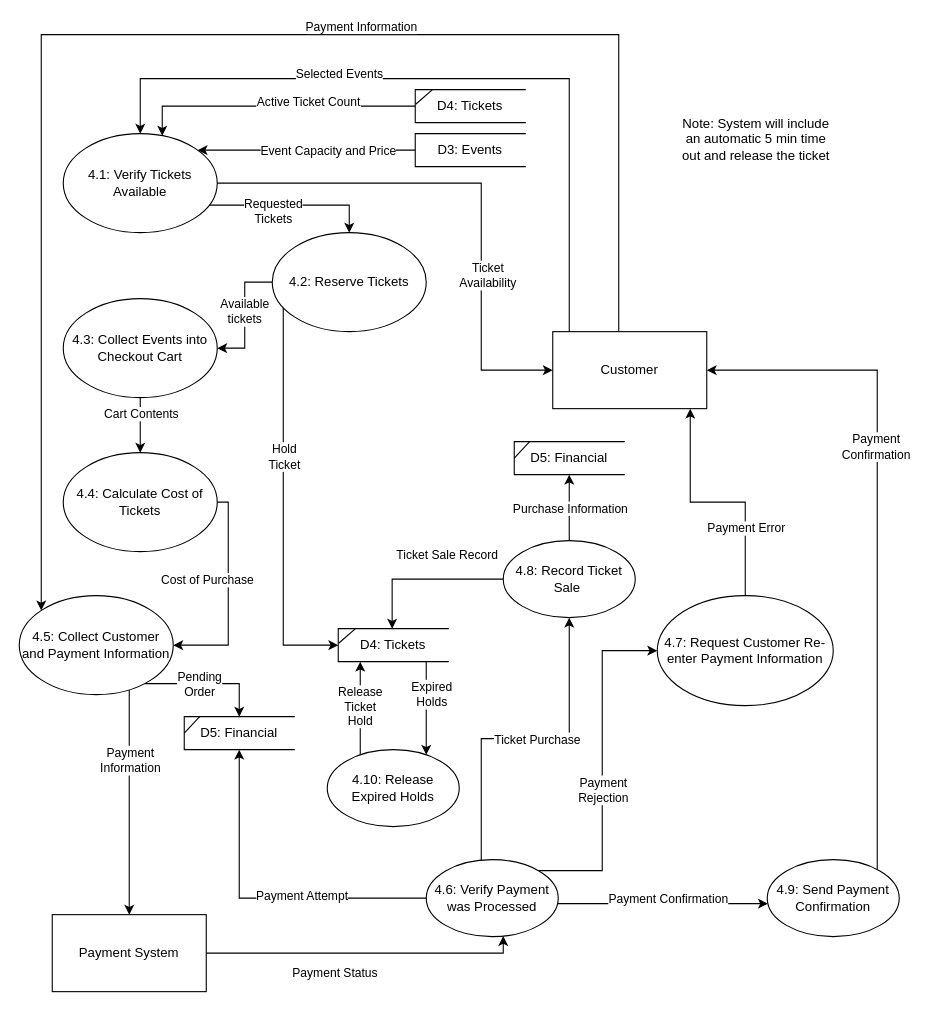
SteveWChang/UMGC-ITEC--630-Ticketing-System-Modeling-and-Analysis keeps this draw.io diagram as page "4.0: Purchase a ticket Level 2" (6 of 10) of ITEC 630 DFD Ticket Mangement System .drawio. Above is the earlier version. Source tidied: cells renumbered, new cells numbered last; positions are measured from the earlier drawing's top-left corner, leaving out a move shared by most shapes. Both pictures are drawn from the tidied source at 110%, with x=0, y=0 at pixel (19, 34).
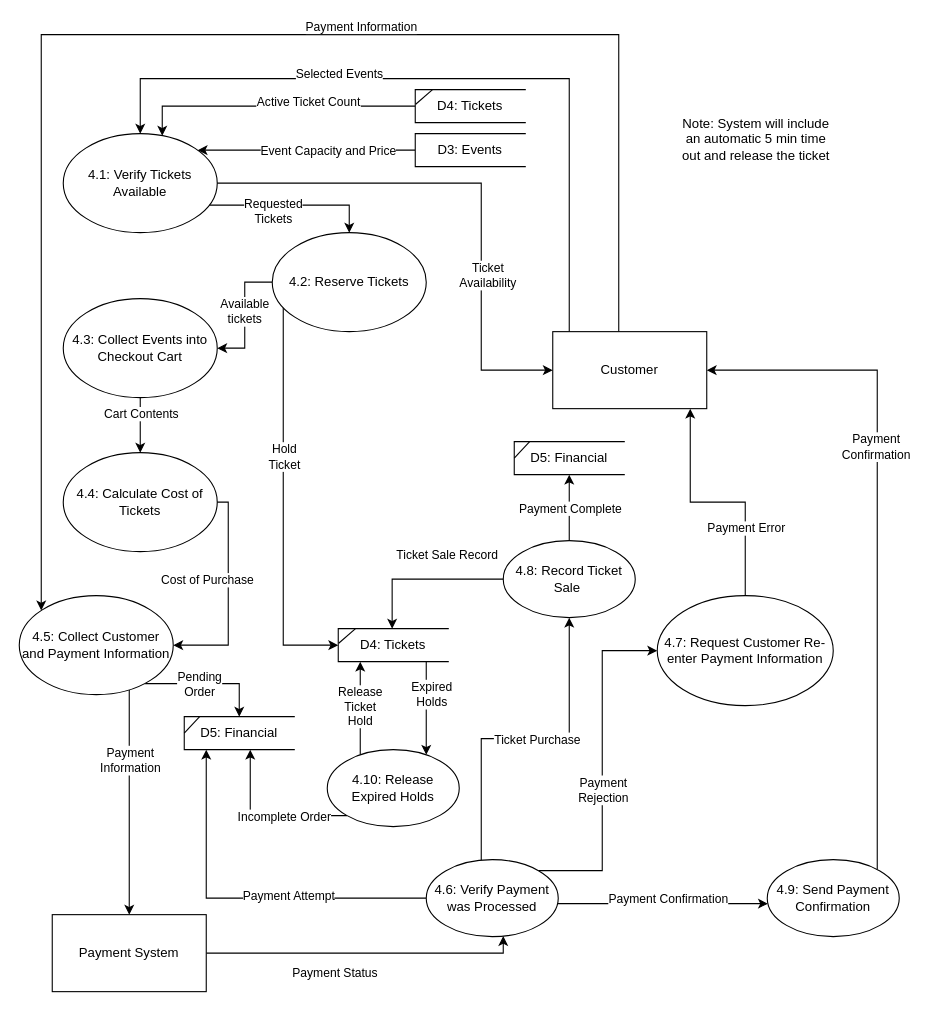
After the change.

Unchanged cells that the change refers to:
```xml
<mxCell id="17" value="4.6: Verify Payment was Processed" style="shape=ellipse;html=1;dashed=0;whiteSpace=wrap;perimeter=ellipsePerimeter;" parent="1" vertex="1">
  <mxGeometry x="370" y="750" width="120" height="70" as="geometry" />
</mxCell>
<mxCell id="25" style="edgeStyle=orthogonalEdgeStyle;rounded=0;jettySize=auto;html=1;" parent="1" edge="1" source="27" target="67">
  <mxGeometry x="-0.3" relative="1" as="geometry" />
</mxCell>
<mxCell id="65" value="&lt;div&gt;4.10: Release Expired Holds&lt;/div&gt;" style="shape=ellipse;html=1;dashed=0;whiteSpace=wrap;perimeter=ellipsePerimeter;" parent="1" vertex="1">
  <mxGeometry x="280" y="650" width="120" height="70" as="geometry" />
</mxCell>
<mxCell id="70" value="D5: Financial" style="html=1;dashed=0;whiteSpace=wrap;shape=partialRectangle;right=0;" parent="69" vertex="1">
  <mxGeometry width="100" height="30" as="geometry" />
</mxCell>
```

Change to the diagram source:
```diff
@@
     <mxCell id="15" style="edgeStyle=orthogonalEdgeStyle;rounded=0;jettySize=auto;html=1;" parent="1" edge="1" source="17" target="70">
-      <mxGeometry relative="1" as="geometry" />
+      <mxGeometry relative="1" as="geometry">
+        <Array as="points">
+          <mxPoint x="170" y="785" />
+        </Array>
+      </mxGeometry>
     </mxCell>
@@
-    <mxCell id="26" value="Purchase Information" style="edgeLabel;html=1;align=center;verticalAlign=middle;" parent="25" vertex="1">
+    <mxCell id="26" value="Payment Complete" style="edgeLabel;html=1;align=center;verticalAlign=middle;" parent="25" vertex="1">
       <mxGeometry x="0.1" y="-1" relative="1" as="geometry">
         <mxPoint x="-1" y="3" as="offset" />
       </mxGeometry>
     </mxCell>
@@
+    <mxCell id="72" style="edgeStyle=orthogonalEdgeStyle;rounded=0;jettySize=auto;html=1;" parent="1" edge="1" source="65" target="70">
+      <mxGeometry relative="1" as="geometry">
+        <Array as="points">
+          <mxPoint x="210" y="710" />
+        </Array>
+      </mxGeometry>
+    </mxCell>
+    <mxCell id="73" value="Incomplete Order" style="edgeLabel;html=1;align=center;verticalAlign=middle;" parent="72" vertex="1">
+      <mxGeometry x="-0.05" y="3" relative="1" as="geometry">
+        <mxPoint x="12" y="-3" as="offset" />
+      </mxGeometry>
+    </mxCell>
```
